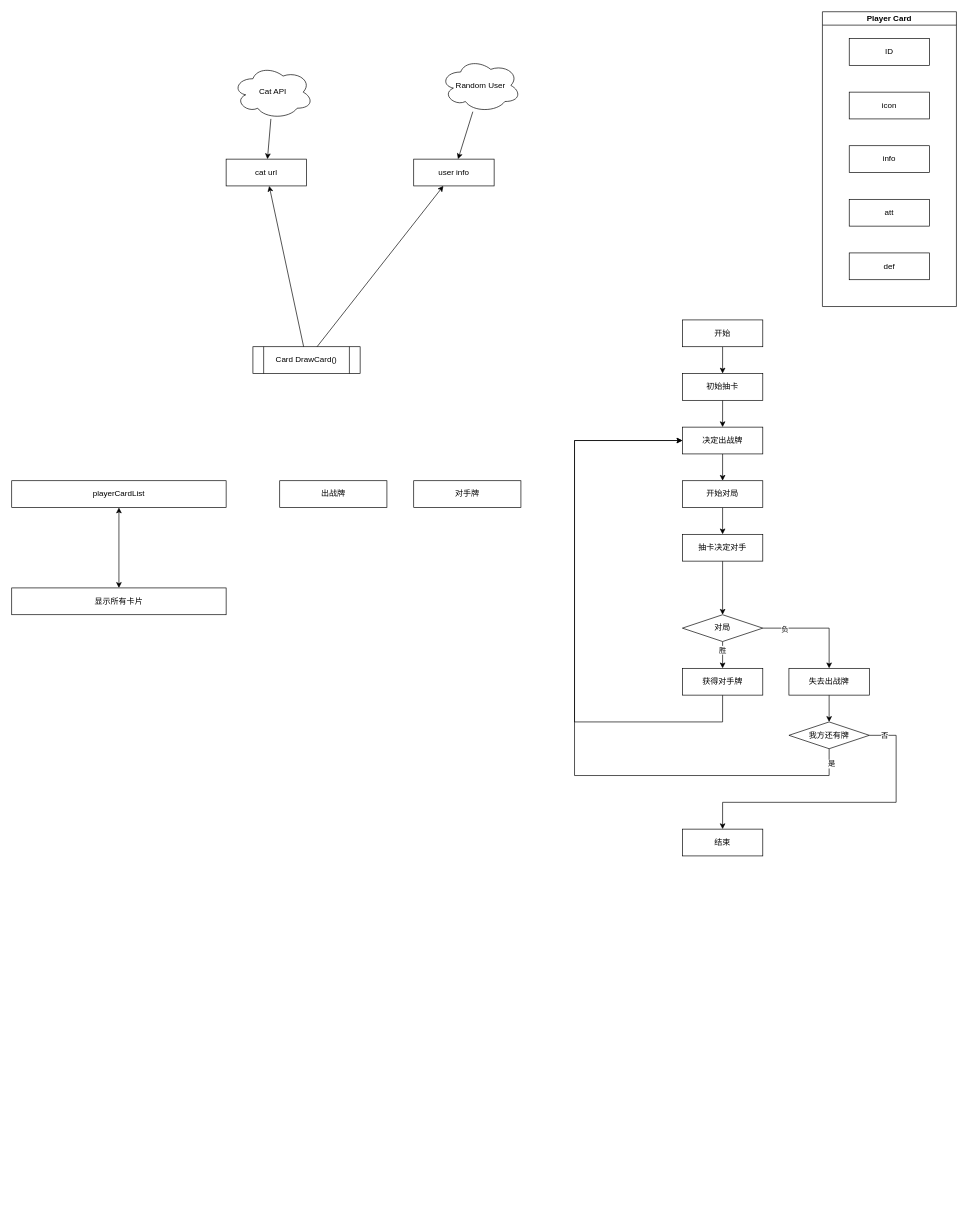
Kuuhaku31/st_jQuery_DOM keeps this draw.io diagram as page "第 2 页" (2 of 2) of src/CatCards/map.drawio. Above is the earlier version. Source tidied: cells renumbered, new cells numbered last; positions are measured from the earlier drawing's top-left corner, leaving out a move shared by most shapes. Both pictures are drawn from the tidied source at 67%, with x=0, y=0 at pixel (11, 11).
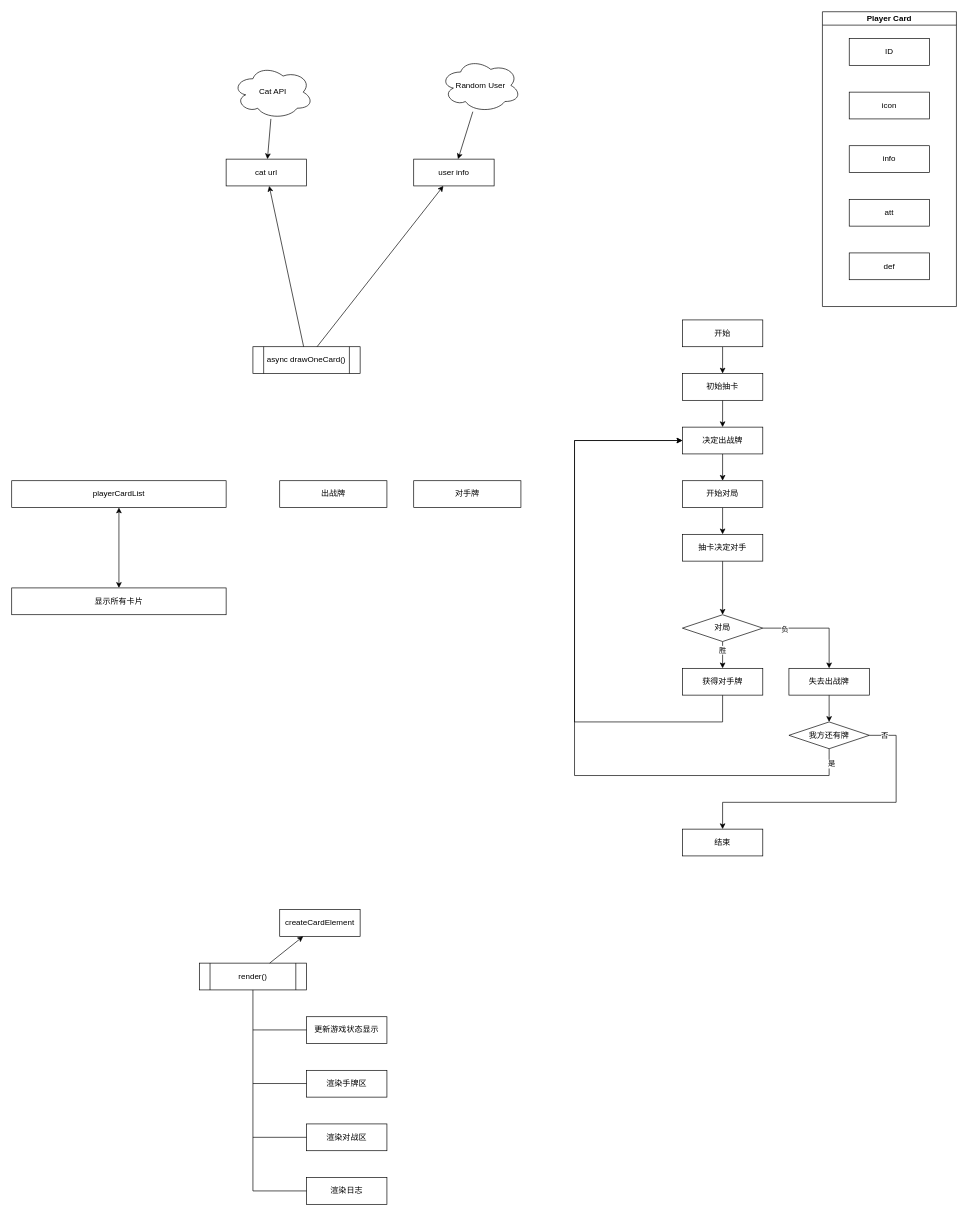
The same diagram, later.

Commit message (it also covers changes not shown here):
优化渲染逻辑，更新按钮可用性管理，增强游戏交互体验

What changed in the source:
```diff
@@
-    <mxCell id="17" value="Card DrawCard()" style="shape=process;whiteSpace=wrap;html=1;backgroundOutline=1;fontFamily=Sarasa Fixed SC;" parent="1" vertex="1">
+    <mxCell id="17" value="async&amp;nbsp;drawOneCard()" style="shape=process;whiteSpace=wrap;html=1;backgroundOutline=1;fontFamily=Sarasa Fixed SC;" parent="1" vertex="1">
       <mxGeometry x="360" y="500" width="160" height="40" as="geometry" />
     </mxCell>
@@
+    <mxCell id="47" value="render()" style="shape=process;whiteSpace=wrap;html=1;backgroundOutline=1;fontFamily=Sarasa Fixed SC;" parent="1" vertex="1">
+      <mxGeometry x="280" y="1420" width="160" height="40" as="geometry" />
+    </mxCell>
+    <mxCell id="48" value="createCardElement" style="whiteSpace=wrap;html=1;rounded=0;fontFamily=Sarasa Fixed SC;" parent="1" vertex="1">
+      <mxGeometry x="400" y="1340" width="120" height="40" as="geometry" />
+    </mxCell>
+    <mxCell id="49" style="endArrow=classic;html=1;rounded=0;" parent="1" edge="1" source="47" target="48">
+      <mxGeometry relative="1" as="geometry" />
+    </mxCell>
+    <mxCell id="50" value="更新游戏状态显示" style="whiteSpace=wrap;html=1;rounded=0;fontFamily=Sarasa Fixed SC;" parent="1" vertex="1">
+      <mxGeometry x="440" y="1500" width="120" height="40" as="geometry" />
+    </mxCell>
+    <mxCell id="51" value="渲染手牌区" style="whiteSpace=wrap;html=1;rounded=0;fontFamily=Sarasa Fixed SC;" parent="1" vertex="1">
+      <mxGeometry x="440" y="1580" width="120" height="40" as="geometry" />
+    </mxCell>
+    <mxCell id="52" value="渲染对战区" style="whiteSpace=wrap;html=1;rounded=0;fontFamily=Sarasa Fixed SC;" parent="1" vertex="1">
+      <mxGeometry x="440" y="1660" width="120" height="40" as="geometry" />
+    </mxCell>
+    <mxCell id="53" value="渲染日志" style="whiteSpace=wrap;html=1;rounded=0;fontFamily=Sarasa Fixed SC;" parent="1" vertex="1">
+      <mxGeometry x="440" y="1740" width="120" height="40" as="geometry" />
+    </mxCell>
+    <mxCell id="54" style="endArrow=none;html=1;rounded=0;entryX=0.5;entryY=1;entryDx=0;entryDy=0;" parent="1" edge="1" target="47">
+      <mxGeometry relative="1" as="geometry">
+        <mxPoint x="360" y="1760" as="sourcePoint" />
+      </mxGeometry>
+    </mxCell>
+    <mxCell id="55" style="endArrow=none;html=1;rounded=0;" parent="1" edge="1">
+      <mxGeometry relative="1" as="geometry">
+        <mxPoint x="360" y="1519.7" as="sourcePoint" />
+        <mxPoint x="440" y="1519.7" as="targetPoint" />
+      </mxGeometry>
+    </mxCell>
+    <mxCell id="56" style="endArrow=none;html=1;rounded=0;" parent="1" edge="1">
+      <mxGeometry relative="1" as="geometry">
+        <mxPoint x="360" y="1599.7" as="sourcePoint" />
+        <mxPoint x="440" y="1599.7" as="targetPoint" />
+      </mxGeometry>
+    </mxCell>
+    <mxCell id="57" style="endArrow=none;html=1;rounded=0;" parent="1" edge="1">
+      <mxGeometry relative="1" as="geometry">
+        <mxPoint x="360" y="1680" as="sourcePoint" />
+        <mxPoint x="440" y="1680" as="targetPoint" />
+      </mxGeometry>
+    </mxCell>
+    <mxCell id="58" style="endArrow=none;html=1;rounded=0;" parent="1" edge="1">
+      <mxGeometry relative="1" as="geometry">
+        <mxPoint x="360" y="1760" as="sourcePoint" />
+        <mxPoint x="440" y="1760" as="targetPoint" />
+      </mxGeometry>
+    </mxCell>
```
